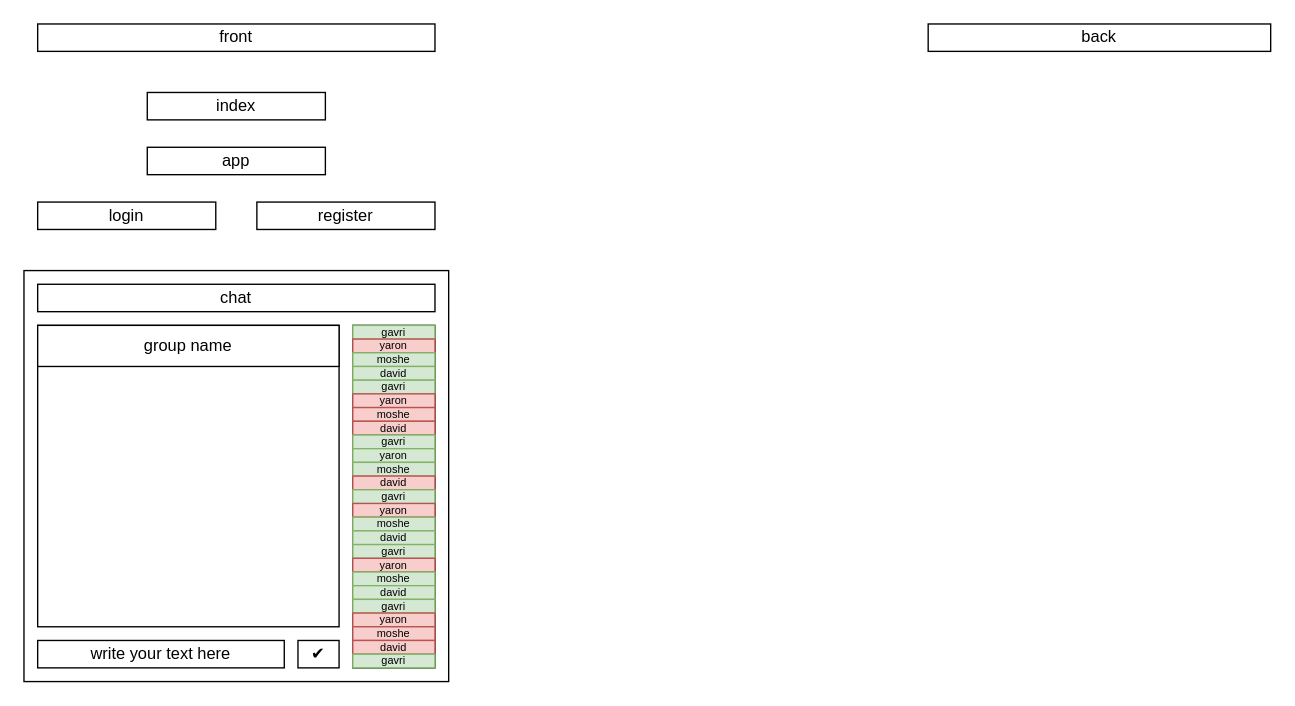
avivpolak/aviv-chat keeps this draw.io diagram as Untitled Diagram.drawio. Above is the earlier version. Source tidied: cells renumbered, new cells numbered last; positions are measured from the earlier drawing's top-left corner, leaving out a move shared by most shapes. Both pictures are drawn from the tidied source at 137%, with x=0, y=0 at pixel (23, 23).
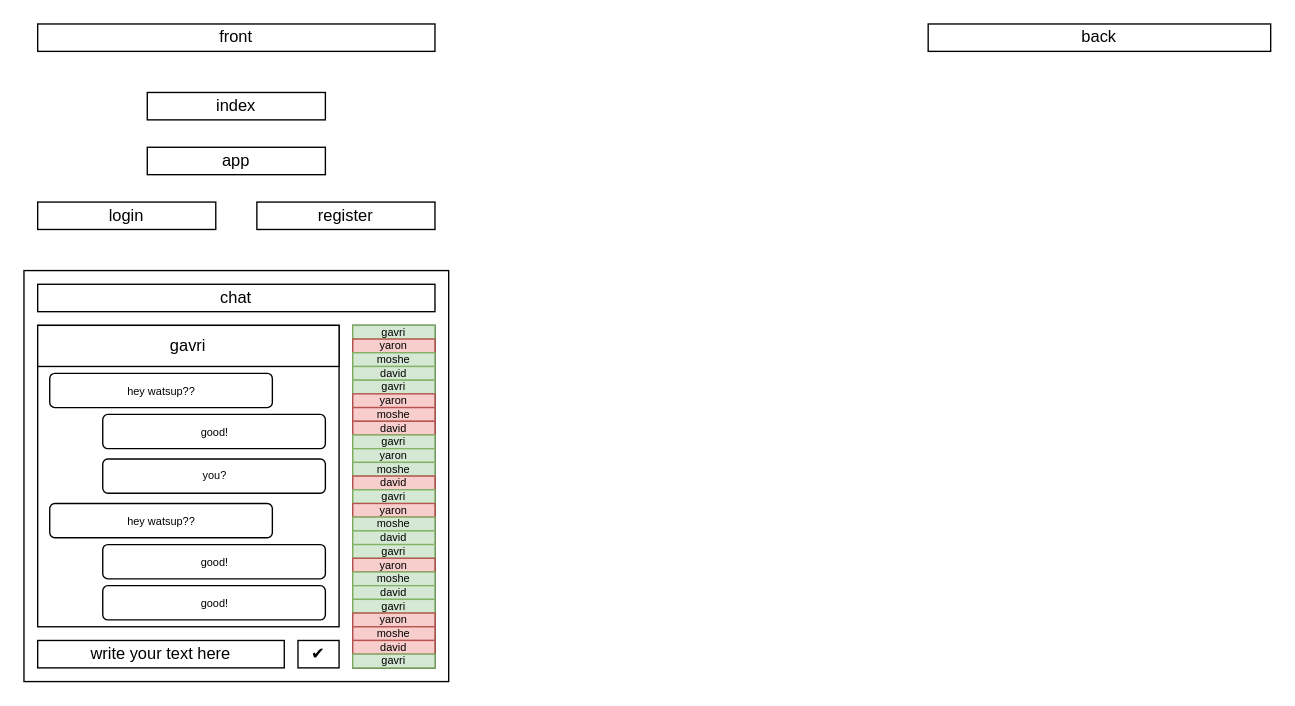
Above is the later version.

Diff of the diagram source:
```diff
@@
-    <mxCell id="14" value="group name" style="rounded=0;whiteSpace=wrap;html=1;" parent="1" vertex="1">
+    <mxCell id="14" value="gavri" style="rounded=0;whiteSpace=wrap;html=1;" parent="1" vertex="1">
       <mxGeometry x="10" y="220" width="220" height="30" as="geometry" />
     </mxCell>
@@
+    <mxCell id="40" value="hey watsup??" style="rounded=1;whiteSpace=wrap;html=1;fontSize=8;strokeWidth=1;" parent="1" vertex="1">
+      <mxGeometry x="18.8" y="255" width="162.5" height="25" as="geometry" />
+    </mxCell>
+    <mxCell id="41" value="good!" style="rounded=1;whiteSpace=wrap;html=1;fontSize=8;strokeWidth=1;" parent="1" vertex="1">
+      <mxGeometry x="57.5" y="285" width="162.5" height="25" as="geometry" />
+    </mxCell>
+    <mxCell id="42" value="you?" style="rounded=1;whiteSpace=wrap;html=1;fontSize=8;strokeWidth=1;" parent="1" vertex="1">
+      <mxGeometry x="57.5" y="317.5" width="162.5" height="25" as="geometry" />
+    </mxCell>
+    <mxCell id="43" value="hey watsup??" style="rounded=1;whiteSpace=wrap;html=1;fontSize=8;strokeWidth=1;" parent="1" vertex="1">
+      <mxGeometry x="18.8" y="350" width="162.5" height="25" as="geometry" />
+    </mxCell>
+    <mxCell id="44" value="good!" style="rounded=1;whiteSpace=wrap;html=1;fontSize=8;strokeWidth=1;" parent="1" vertex="1">
+      <mxGeometry x="57.5" y="380" width="162.5" height="25" as="geometry" />
+    </mxCell>
+    <mxCell id="45" value="good!" style="rounded=1;whiteSpace=wrap;html=1;fontSize=8;strokeWidth=1;" parent="1" vertex="1">
+      <mxGeometry x="57.5" y="410" width="162.5" height="25" as="geometry" />
+    </mxCell>
```
